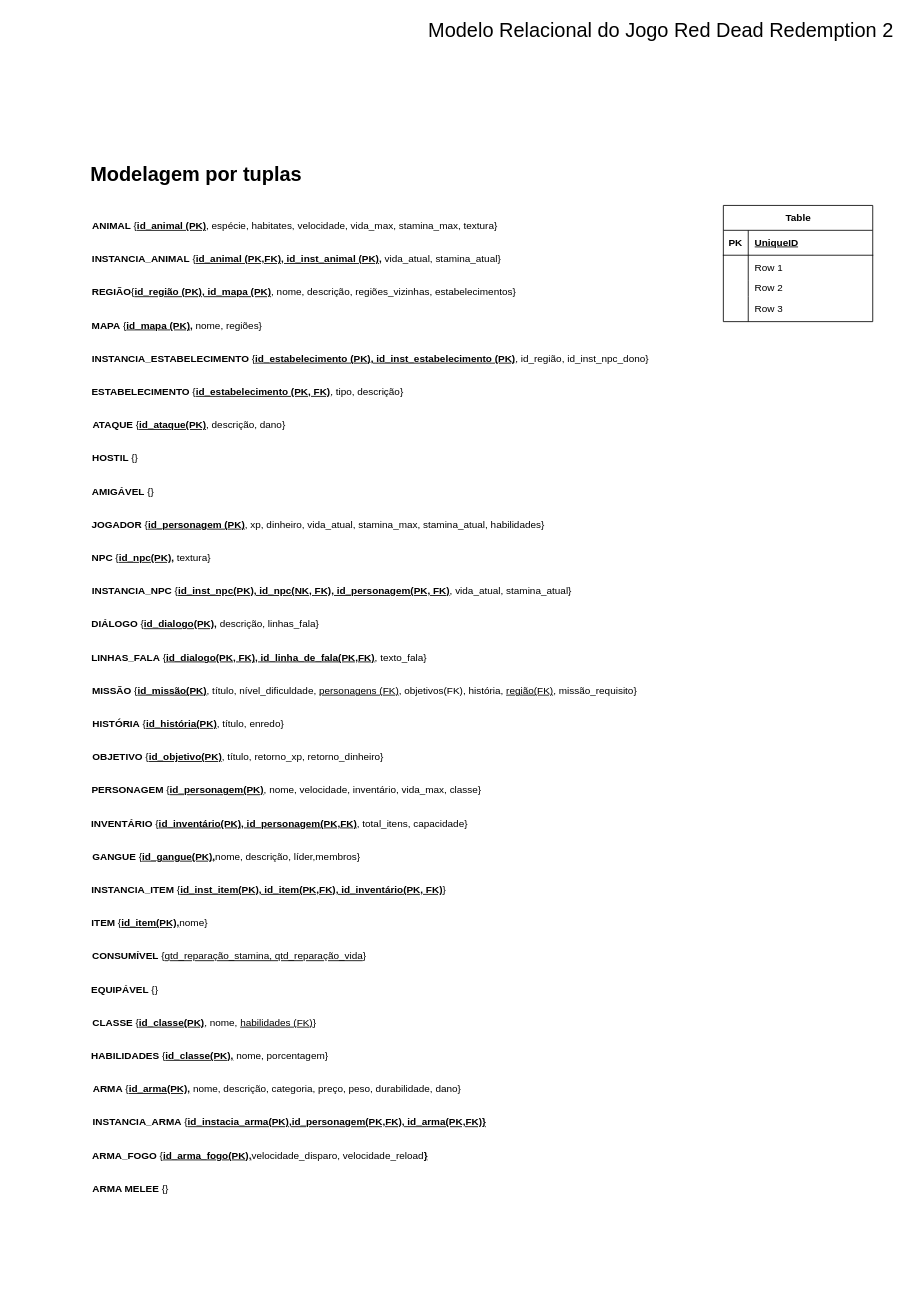
Above: entregas/entrega1/MREL/MREL.drawio in SBD1/2024.1-Red_Dead_Redemption2 (draw.io), before the change. Source tidied: cells renumbered, new cells numbered last; positions are measured from the earlier drawing's top-left corner, leaving out a move shared by most shapes. Both pictures are drawn from the tidied source at 83%, with x=0, y=0 at pixel (14, 14).
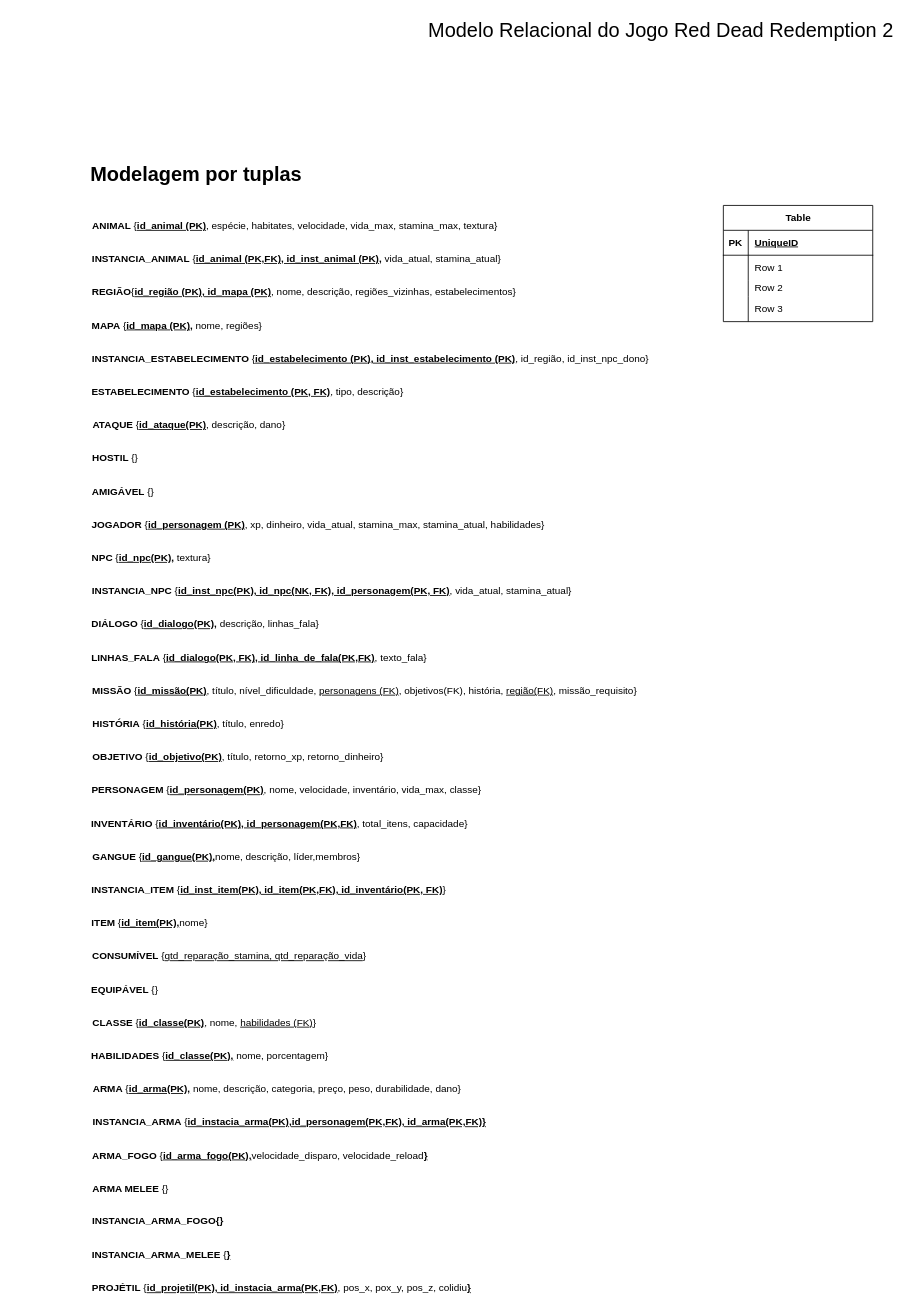
The same page after the edit.

Commit message:
Adiciona tuplas finais MREL.drawio

Diff of the diagram source:
```diff
@@
-    <mxCell id="43" value="&lt;b&gt;INSTANCIA_ARMA&lt;/b&gt; {&lt;u&gt;&lt;b&gt;id_instacia_arma(PK),id_personagem(PK,FK),&amp;nbsp;id_arma(PK,FK)}&lt;/b&gt;&lt;/u&gt;" style="text;align=center;verticalAlign=middle;whiteSpace=wrap;rounded=0;html=1;" parent="1" vertex="1">
-      <mxGeometry x="91" y="1320" width="481" height="30" as="geometry" />
+    <mxCell id="43" value="&lt;b&gt;INSTANCIA_ARMA_FOGO{}&lt;/b&gt;" style="text;align=center;verticalAlign=middle;whiteSpace=wrap;rounded=0;html=1;" parent="1" vertex="1">
+      <mxGeometry x="91" y="1439" width="164" height="30" as="geometry" />
     </mxCell>
@@
+    <mxCell id="47" value="&lt;b&gt;INSTANCIA_ARMA&lt;/b&gt; {&lt;u&gt;&lt;b&gt;id_instacia_arma(PK),id_personagem(PK,FK),&amp;nbsp;id_arma(PK,FK)}&lt;/b&gt;&lt;/u&gt;" style="text;align=center;verticalAlign=middle;whiteSpace=wrap;rounded=0;html=1;" parent="1" vertex="1">
+      <mxGeometry x="91" y="1320" width="481" height="30" as="geometry" />
+    </mxCell>
+    <mxCell id="48" value="&lt;b&gt;INSTANCIA_ARMA_MELEE&lt;/b&gt;&amp;nbsp;{&lt;u&gt;&lt;b&gt;}&lt;/b&gt;&lt;/u&gt;" style="text;align=center;verticalAlign=middle;whiteSpace=wrap;rounded=0;html=1;" parent="1" vertex="1">
+      <mxGeometry x="90" y="1480" width="174" height="30" as="geometry" />
+    </mxCell>
+    <mxCell id="49" value="&lt;b&gt;PROJÉTIL&lt;/b&gt;&amp;nbsp;{&lt;b&gt;&lt;u&gt;id_projetil(PK), id_instacia_arma(PK,FK)&lt;/u&gt;&lt;/b&gt;, pos_x, pox_y, pos_z, colidiu&lt;u&gt;&lt;b&gt;}&lt;/b&gt;&lt;/u&gt;" style="text;align=center;verticalAlign=middle;whiteSpace=wrap;rounded=0;html=1;" parent="1" vertex="1">
+      <mxGeometry x="90" y="1520" width="464" height="30" as="geometry" />
+    </mxCell>
```
